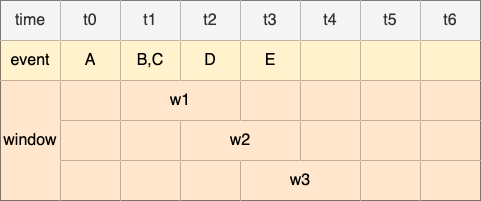
windowforsun/blog keeps this draw.io diagram as img/kafka/kafka-stream-windowing-3.drawio.png. Above is the earlier version. Source tidied: cells renumbered, new cells last; positions are measured from the earlier drawing's top-left corner, leaving out a move shared by most shapes.
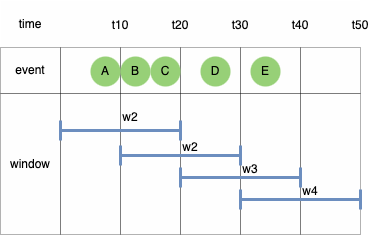
After the change.

Commit message:
kafka-stream-windowing-3.drawio.png이 추가되었습니다.

Change to the diagram source:
```diff
@@ -2,128 +2,131 @@
   <root>
     <mxCell id="0" />
     <mxCell id="1" parent="0" />
-    <mxCell id="2" style="shape=table;startSize=0;fontSize=16;" parent="1" vertex="1">
-      <mxGeometry width="480" height="200" as="geometry" />
-    </mxCell>
-    <mxCell id="3" style="shape=tableRow;horizontal=0;startSize=0;swimlaneHead=0;swimlaneBody=0;strokeColor=inherit;top=0;left=0;bottom=0;right=0;fillColor=none;fontSize=16;" parent="2" vertex="1">
-      <mxGeometry width="480" height="40" as="geometry" />
-    </mxCell>
+    <mxCell id="43" style="shadow=0;fillColor=#f5f5f5;strokeColor=none;opacity=10;fontColor=#333333;" parent="1" vertex="1">
+      <mxGeometry x="70" y="80" width="360" height="234" as="geometry" />
+    </mxCell>
+    <mxCell id="44" style="shape=tableRow;horizontal=0;startSize=0;swimlaneHead=0;swimlaneBody=0;top=0;left=0;bottom=0;right=0;fontStyle=0;fillColor=none;strokeColor=inherit;opacity=0;" parent="43" vertex="1">
+      <mxGeometry width="360" height="47" as="geometry" />
+    </mxCell>
-    <mxCell id="4" value="time" style="shape=partialRectangle;html=1;whiteSpace=wrap;strokeColor=#666666;overflow=hidden;fillColor=#f5f5f5;top=0;left=0;bottom=0;right=0;fontSize=16;fontColor=#333333;" parent="3" vertex="1">
-      <mxGeometry width="60" height="40" as="geometry" />
+    <mxCell id="4" value="time" style="strokeColor=inherit;fillColor=none;align=center;whiteSpace=wrap;html=1;opacity=30;" parent="44" vertex="1">
+      <mxGeometry width="60" height="47" as="geometry" />
     </mxCell>
-    <mxCell id="5" value="t0" style="shape=partialRectangle;html=1;whiteSpace=wrap;strokeColor=#666666;overflow=hidden;fillColor=#f5f5f5;top=0;left=0;bottom=0;right=0;fontSize=16;fontColor=#333333;" parent="3" vertex="1">
-      <mxGeometry x="60" width="60" height="40" as="geometry" />
-    </mxCell>
-    <mxCell id="6" value="t1" style="shape=partialRectangle;html=1;whiteSpace=wrap;strokeColor=#666666;overflow=hidden;fillColor=#f5f5f5;top=0;left=0;bottom=0;right=0;fontSize=16;fontColor=#333333;" parent="3" vertex="1">
-      <mxGeometry x="120" width="60" height="40" as="geometry" />
-    </mxCell>
-    <mxCell id="7" value="t2" style="shape=partialRectangle;html=1;whiteSpace=wrap;strokeColor=#666666;overflow=hidden;fillColor=#f5f5f5;top=0;left=0;bottom=0;right=0;fontSize=16;fontColor=#333333;" parent="3" vertex="1">
-      <mxGeometry x="180" width="60" height="40" as="geometry" />
-    </mxCell>
-    <mxCell id="8" value="t3" style="shape=partialRectangle;html=1;whiteSpace=wrap;strokeColor=#666666;overflow=hidden;fillColor=#f5f5f5;top=0;left=0;bottom=0;right=0;fontSize=16;fontColor=#333333;" parent="3" vertex="1">
-      <mxGeometry x="240" width="60" height="40" as="geometry" />
-    </mxCell>
-    <mxCell id="9" value="t4" style="shape=partialRectangle;html=1;whiteSpace=wrap;strokeColor=#666666;overflow=hidden;fillColor=#f5f5f5;top=0;left=0;bottom=0;right=0;fontSize=16;fontColor=#333333;" parent="3" vertex="1">
-      <mxGeometry x="300" width="60" height="40" as="geometry" />
-    </mxCell>
-    <mxCell id="10" value="t5" style="shape=partialRectangle;html=1;whiteSpace=wrap;strokeColor=#666666;overflow=hidden;fillColor=#f5f5f5;top=0;left=0;bottom=0;right=0;fontSize=16;fontColor=#333333;" parent="3" vertex="1">
-      <mxGeometry x="360" width="60" height="40" as="geometry" />
-    </mxCell>
-    <mxCell id="11" value="t6" style="shape=partialRectangle;html=1;whiteSpace=wrap;strokeColor=#666666;overflow=hidden;fillColor=#f5f5f5;top=0;left=0;bottom=0;right=0;fontSize=16;fontColor=#333333;" parent="3" vertex="1">
-      <mxGeometry x="420" width="60" height="40" as="geometry" />
-    </mxCell>
-    <mxCell id="12" style="shape=tableRow;horizontal=0;startSize=0;swimlaneHead=0;swimlaneBody=0;strokeColor=inherit;top=0;left=0;bottom=0;right=0;fillColor=none;fontSize=16;" parent="2" vertex="1">
-      <mxGeometry y="40" width="480" height="40" as="geometry" />
-    </mxCell>
+    <mxCell id="45" style="strokeColor=inherit;fillColor=none;align=center;whiteSpace=wrap;html=1;opacity=30;" parent="44" vertex="1">
+      <mxGeometry x="60" width="60" height="47" as="geometry" />
+    </mxCell>
+    <mxCell id="46" style="strokeColor=inherit;fillColor=none;align=center;whiteSpace=wrap;html=1;opacity=30;" parent="44" vertex="1">
+      <mxGeometry x="120" width="60" height="47" as="geometry" />
+    </mxCell>
+    <mxCell id="47" style="strokeColor=inherit;fillColor=none;align=center;whiteSpace=wrap;html=1;opacity=30;" parent="44" vertex="1">
+      <mxGeometry x="180" width="60" height="47" as="geometry" />
+    </mxCell>
+    <mxCell id="48" style="strokeColor=inherit;fillColor=none;align=center;whiteSpace=wrap;html=1;opacity=30;" parent="44" vertex="1">
+      <mxGeometry x="240" width="60" height="47" as="geometry" />
+    </mxCell>
+    <mxCell id="49" style="strokeColor=inherit;fillColor=none;align=center;whiteSpace=wrap;html=1;opacity=30;" parent="44" vertex="1">
+      <mxGeometry x="300" width="60" height="47" as="geometry" />
+    </mxCell>
+    <mxCell id="50" style="shape=tableRow;horizontal=0;startSize=0;swimlaneHead=0;swimlaneBody=0;top=0;left=0;bottom=0;right=0;fontStyle=0;fillColor=none;strokeColor=default;opacity=30;" parent="43" vertex="1">
+      <mxGeometry y="47" width="360" height="46" as="geometry" />
+    </mxCell>
-    <mxCell id="13" value="event" style="shape=partialRectangle;html=1;whiteSpace=wrap;strokeColor=#d6b656;overflow=hidden;fillColor=#fff2cc;top=0;left=0;bottom=0;right=0;fontSize=16;" parent="12" vertex="1">
-      <mxGeometry width="60" height="40" as="geometry" />
+    <mxCell id="13" value="event" style="strokeColor=inherit;fillColor=none;align=center;whiteSpace=wrap;html=1;opacity=30;" parent="50" vertex="1">
+      <mxGeometry width="60" height="46" as="geometry" />
     </mxCell>
+    <mxCell id="51" style="strokeColor=default;fillColor=none;align=center;whiteSpace=wrap;html=1;opacity=30;" parent="50" vertex="1">
+      <mxGeometry x="60" width="60" height="46" as="geometry" />
+    </mxCell>
+    <mxCell id="52" style="strokeColor=default;fillColor=none;align=center;whiteSpace=wrap;html=1;opacity=30;" parent="50" vertex="1">
+      <mxGeometry x="120" width="60" height="46" as="geometry" />
+    </mxCell>
+    <mxCell id="53" style="strokeColor=default;fillColor=none;align=center;whiteSpace=wrap;html=1;opacity=30;" parent="50" vertex="1">
+      <mxGeometry x="180" width="60" height="46" as="geometry" />
+    </mxCell>
+    <mxCell id="54" style="strokeColor=default;fillColor=none;align=center;whiteSpace=wrap;html=1;opacity=30;" parent="50" vertex="1">
+      <mxGeometry x="240" width="60" height="46" as="geometry" />
+    </mxCell>
+    <mxCell id="55" style="strokeColor=default;fillColor=none;align=center;whiteSpace=wrap;html=1;opacity=30;" parent="50" vertex="1">
+      <mxGeometry x="300" width="60" height="46" as="geometry" />
+    </mxCell>
+    <mxCell id="56" style="shape=tableRow;horizontal=0;startSize=0;swimlaneHead=0;swimlaneBody=0;top=0;left=0;bottom=0;right=0;fontStyle=0;fillColor=none;strokeColor=default;opacity=30;" parent="43" vertex="1">
+      <mxGeometry y="93" width="360" height="47" as="geometry" />
+    </mxCell>
+    <mxCell id="22" value="window" style="strokeColor=inherit;fillColor=none;align=center;whiteSpace=wrap;html=1;opacity=30;rowspan=3;colspan=1;" parent="56" vertex="1">
+      <mxGeometry width="60" height="141" as="geometry" />
+    </mxCell>
+    <mxCell id="57" style="strokeColor=default;fillColor=none;align=center;whiteSpace=wrap;html=1;opacity=30;rowspan=3;colspan=1;" parent="56" vertex="1">
+      <mxGeometry x="60" width="60" height="141" as="geometry" />
+    </mxCell>
+    <mxCell id="58" style="strokeColor=default;fillColor=none;align=center;whiteSpace=wrap;html=1;opacity=30;rowspan=3;colspan=1;" parent="56" vertex="1">
+      <mxGeometry x="120" width="60" height="141" as="geometry" />
+    </mxCell>
+    <mxCell id="59" style="strokeColor=default;fillColor=none;align=center;whiteSpace=wrap;html=1;opacity=30;rowspan=3;colspan=1;" parent="56" vertex="1">
+      <mxGeometry x="180" width="60" height="141" as="geometry" />
+    </mxCell>
+    <mxCell id="60" style="strokeColor=default;fillColor=none;align=center;whiteSpace=wrap;html=1;opacity=30;rowspan=3;colspan=1;" parent="56" vertex="1">
+      <mxGeometry x="240" width="60" height="141" as="geometry" />
+    </mxCell>
+    <mxCell id="61" style="strokeColor=default;fillColor=none;align=center;whiteSpace=wrap;html=1;opacity=30;rowspan=3;colspan=1;" parent="56" vertex="1">
+      <mxGeometry x="300" width="60" height="141" as="geometry" />
+    </mxCell>
+    <mxCell id="62" style="shape=tableRow;horizontal=0;startSize=0;swimlaneHead=0;swimlaneBody=0;top=0;left=0;bottom=0;right=0;fontStyle=0;fillColor=none;strokeColor=default;opacity=30;" parent="43" vertex="1">
+      <mxGeometry y="140" width="360" height="47" as="geometry" />
+    </mxCell>
+    <mxCell id="63" style="shape=tableRow;horizontal=0;startSize=0;swimlaneHead=0;swimlaneBody=0;top=0;left=0;bottom=0;right=0;fontStyle=0;fillColor=none;strokeColor=default;opacity=30;" parent="43" vertex="1">
+      <mxGeometry y="187" width="360" height="47" as="geometry" />
+    </mxCell>
+    <mxCell id="64" value="t10" style="text;html=1;align=center;verticalAlign=middle;whiteSpace=wrap;rounded=0;opacity=30;strokeColor=none;" parent="1" vertex="1">
+      <mxGeometry x="160" y="90" width="60" height="30" as="geometry" />
+    </mxCell>
+    <mxCell id="65" value="t20" style="text;html=1;align=center;verticalAlign=middle;whiteSpace=wrap;rounded=0;opacity=30;strokeColor=none;" parent="1" vertex="1">
+      <mxGeometry x="220" y="90" width="60" height="30" as="geometry" />
+    </mxCell>
+    <mxCell id="66" value="t30" style="text;html=1;align=center;verticalAlign=middle;whiteSpace=wrap;rounded=0;opacity=30;strokeColor=none;" parent="1" vertex="1">
+      <mxGeometry x="280" y="90" width="60" height="30" as="geometry" />
+    </mxCell>
+    <mxCell id="67" value="t40" style="text;html=1;align=center;verticalAlign=middle;whiteSpace=wrap;rounded=0;opacity=30;strokeColor=none;" parent="1" vertex="1">
+      <mxGeometry x="340" y="90" width="60" height="30" as="geometry" />
+    </mxCell>
+    <mxCell id="68" value="t50" style="text;html=1;align=center;verticalAlign=middle;whiteSpace=wrap;rounded=0;opacity=30;strokeColor=none;" parent="1" vertex="1">
+      <mxGeometry x="400" y="90" width="60" height="30" as="geometry" />
+    </mxCell>
-    <mxCell id="14" value="A" style="shape=partialRectangle;html=1;whiteSpace=wrap;strokeColor=#d6b656;overflow=hidden;fillColor=#fff2cc;top=0;left=0;bottom=0;right=0;fontSize=16;" parent="12" vertex="1">
-      <mxGeometry x="60" width="60" height="40" as="geometry" />
+    <mxCell id="14" value="A" style="ellipse;whiteSpace=wrap;html=1;fillColor=#97D077;strokeColor=none;" parent="1" vertex="1">
+      <mxGeometry x="160" y="136" width="30" height="30" as="geometry" />
     </mxCell>
-    <mxCell id="15" value="B,C" style="shape=partialRectangle;html=1;whiteSpace=wrap;overflow=hidden;top=0;left=0;bottom=0;right=0;fontSize=16;strokeColor=#d6b656;fillColor=#fff2cc;" parent="12" vertex="1">
-      <mxGeometry x="120" width="60" height="40" as="geometry" />
-    </mxCell>
+    <mxCell id="69" value="B" style="ellipse;whiteSpace=wrap;html=1;fillColor=#97D077;strokeColor=none;" parent="1" vertex="1">
+      <mxGeometry x="190" y="136" width="30" height="30" as="geometry" />
+    </mxCell>
+    <mxCell id="70" value="C" style="ellipse;whiteSpace=wrap;html=1;fillColor=#97D077;strokeColor=none;" parent="1" vertex="1">
+      <mxGeometry x="220" y="136" width="30" height="30" as="geometry" />
+    </mxCell>
+    <mxCell id="71" style="shape=crossbar;whiteSpace=wrap;html=1;rounded=1;strokeWidth=3;fillColor=#dae8fc;strokeColor=#6c8ebf;" parent="1" vertex="1">
+      <mxGeometry x="190" y="225" width="120" height="20" as="geometry" />
+    </mxCell>
+    <mxCell id="72" value="w2" style="text;html=1;align=center;verticalAlign=middle;whiteSpace=wrap;rounded=0;" parent="1" vertex="1">
+      <mxGeometry x="230" y="212" width="60" height="30" as="geometry" />
+    </mxCell>
+    <mxCell id="73" style="shape=crossbar;whiteSpace=wrap;html=1;rounded=1;strokeWidth=3;fillColor=#dae8fc;strokeColor=#6c8ebf;" parent="1" vertex="1">
+      <mxGeometry x="250" y="247" width="120" height="20" as="geometry" />
+    </mxCell>
+    <mxCell id="40" value="w3" style="text;html=1;align=center;verticalAlign=middle;whiteSpace=wrap;rounded=0;" parent="1" vertex="1">
+      <mxGeometry x="290" y="234" width="60" height="30" as="geometry" />
+    </mxCell>
+    <mxCell id="74" style="shape=crossbar;whiteSpace=wrap;html=1;rounded=1;strokeWidth=3;fillColor=#dae8fc;strokeColor=#6c8ebf;" parent="1" vertex="1">
+      <mxGeometry x="310" y="269" width="120" height="20" as="geometry" />
+    </mxCell>
+    <mxCell id="75" value="w4" style="text;html=1;align=center;verticalAlign=middle;whiteSpace=wrap;rounded=0;" parent="1" vertex="1">
+      <mxGeometry x="350" y="256" width="60" height="30" as="geometry" />
+    </mxCell>
-    <mxCell id="16" value="D" style="shape=partialRectangle;html=1;whiteSpace=wrap;overflow=hidden;top=0;left=0;bottom=0;right=0;fontSize=16;fillColor=#fff2cc;strokeColor=#d6b656;" parent="12" vertex="1">
-      <mxGeometry x="180" width="60" height="40" as="geometry" />
+    <mxCell id="16" value="D" style="ellipse;whiteSpace=wrap;html=1;fillColor=#97D077;strokeColor=none;" parent="1" vertex="1">
+      <mxGeometry x="270" y="136" width="30" height="30" as="geometry" />
     </mxCell>
-    <mxCell id="17" value="E" style="shape=partialRectangle;html=1;whiteSpace=wrap;strokeColor=#d6b656;overflow=hidden;fillColor=#fff2cc;top=0;left=0;bottom=0;right=0;fontSize=16;" parent="12" vertex="1">
-      <mxGeometry x="240" width="60" height="40" as="geometry" />
+    <mxCell id="17" value="E" style="ellipse;whiteSpace=wrap;html=1;fillColor=#97D077;strokeColor=none;" parent="1" vertex="1">
+      <mxGeometry x="320" y="136" width="30" height="30" as="geometry" />
     </mxCell>
-    <mxCell id="18" style="shape=partialRectangle;html=1;whiteSpace=wrap;strokeColor=#d6b656;overflow=hidden;fillColor=#fff2cc;top=0;left=0;bottom=0;right=0;fontSize=16;" parent="12" vertex="1">
-      <mxGeometry x="300" width="60" height="40" as="geometry" />
-    </mxCell>
-    <mxCell id="19" style="shape=partialRectangle;html=1;whiteSpace=wrap;strokeColor=#d6b656;overflow=hidden;fillColor=#fff2cc;top=0;left=0;bottom=0;right=0;fontSize=16;" parent="12" vertex="1">
-      <mxGeometry x="360" width="60" height="40" as="geometry" />
-    </mxCell>
-    <mxCell id="20" style="shape=partialRectangle;html=1;whiteSpace=wrap;strokeColor=#d6b656;overflow=hidden;fillColor=#fff2cc;top=0;left=0;bottom=0;right=0;fontSize=16;" parent="12" vertex="1">
-      <mxGeometry x="420" width="60" height="40" as="geometry" />
-    </mxCell>
-    <mxCell id="21" style="shape=tableRow;horizontal=0;startSize=0;swimlaneHead=0;swimlaneBody=0;strokeColor=inherit;top=0;left=0;bottom=0;right=0;fillColor=none;fontSize=16;" parent="2" vertex="1">
-      <mxGeometry y="80" width="480" height="40" as="geometry" />
-    </mxCell>
-    <mxCell id="22" value="window" style="shape=partialRectangle;html=1;whiteSpace=wrap;strokeColor=#d79b00;overflow=hidden;fillColor=#ffe6cc;top=0;left=0;bottom=0;right=0;fontSize=16;rowspan=3;colspan=1;" parent="21" vertex="1">
-      <mxGeometry width="60" height="120" as="geometry" />
-    </mxCell>
-    <mxCell id="23" style="shape=partialRectangle;html=1;whiteSpace=wrap;strokeColor=#d79b00;overflow=hidden;fillColor=#ffe6cc;top=0;left=0;bottom=0;right=0;fontSize=16;" parent="21" vertex="1">
-      <mxGeometry x="60" width="60" height="40" as="geometry" />
-    </mxCell>
-    <mxCell id="24" value="w1" style="shape=partialRectangle;html=1;whiteSpace=wrap;overflow=hidden;top=0;left=0;bottom=0;right=0;fontSize=16;fillColor=#ffe6cc;strokeColor=#d79b00;rowspan=1;colspan=2;" parent="21" vertex="1">
-      <mxGeometry x="120" width="120" height="40" as="geometry" />
-    </mxCell>
-    <mxCell id="25" style="shape=partialRectangle;html=1;whiteSpace=wrap;strokeColor=#d79b00;overflow=hidden;fillColor=#ffe6cc;top=0;left=0;bottom=0;right=0;fontSize=16;" parent="21" vertex="1">
-      <mxGeometry x="240" width="60" height="40" as="geometry" />
-    </mxCell>
-    <mxCell id="26" style="shape=partialRectangle;html=1;whiteSpace=wrap;strokeColor=#d79b00;overflow=hidden;fillColor=#ffe6cc;top=0;left=0;bottom=0;right=0;fontSize=16;" parent="21" vertex="1">
-      <mxGeometry x="300" width="60" height="40" as="geometry" />
-    </mxCell>
-    <mxCell id="27" style="shape=partialRectangle;html=1;whiteSpace=wrap;strokeColor=#d79b00;overflow=hidden;fillColor=#ffe6cc;top=0;left=0;bottom=0;right=0;fontSize=16;" parent="21" vertex="1">
-      <mxGeometry x="360" width="60" height="40" as="geometry" />
-    </mxCell>
-    <mxCell id="28" style="shape=partialRectangle;html=1;whiteSpace=wrap;strokeColor=#d79b00;overflow=hidden;fillColor=#ffe6cc;top=0;left=0;bottom=0;right=0;fontSize=16;" parent="21" vertex="1">
-      <mxGeometry x="420" width="60" height="40" as="geometry" />
-    </mxCell>
-    <mxCell id="29" style="shape=tableRow;horizontal=0;startSize=0;swimlaneHead=0;swimlaneBody=0;strokeColor=inherit;top=0;left=0;bottom=0;right=0;fillColor=none;fontSize=16;" parent="2" vertex="1">
-      <mxGeometry y="120" width="480" height="40" as="geometry" />
-    </mxCell>
-    <mxCell id="30" style="shape=partialRectangle;html=1;whiteSpace=wrap;strokeColor=#d79b00;overflow=hidden;fillColor=#ffe6cc;top=0;left=0;bottom=0;right=0;fontSize=16;" parent="29" vertex="1">
-      <mxGeometry x="60" width="60" height="40" as="geometry" />
-    </mxCell>
-    <mxCell id="31" style="shape=partialRectangle;html=1;whiteSpace=wrap;overflow=hidden;top=0;left=0;bottom=0;right=0;fontSize=16;fillColor=#ffe6cc;strokeColor=#d79b00;" parent="29" vertex="1">
-      <mxGeometry x="120" width="60" height="40" as="geometry" />
-    </mxCell>
-    <mxCell id="32" value="w2" style="shape=partialRectangle;html=1;whiteSpace=wrap;strokeColor=#d79b00;overflow=hidden;fillColor=#ffe6cc;top=0;left=0;bottom=0;right=0;fontSize=16;rowspan=1;colspan=2;" parent="29" vertex="1">
-      <mxGeometry x="180" width="120" height="40" as="geometry" />
-    </mxCell>
-    <mxCell id="33" style="shape=partialRectangle;html=1;whiteSpace=wrap;strokeColor=#d79b00;overflow=hidden;fillColor=#ffe6cc;top=0;left=0;bottom=0;right=0;fontSize=16;" parent="29" vertex="1">
-      <mxGeometry x="300" width="60" height="40" as="geometry" />
-    </mxCell>
-    <mxCell id="34" style="shape=partialRectangle;html=1;whiteSpace=wrap;strokeColor=#d79b00;overflow=hidden;fillColor=#ffe6cc;top=0;left=0;bottom=0;right=0;fontSize=16;" parent="29" vertex="1">
-      <mxGeometry x="360" width="60" height="40" as="geometry" />
-    </mxCell>
-    <mxCell id="35" style="shape=partialRectangle;html=1;whiteSpace=wrap;strokeColor=#d79b00;overflow=hidden;fillColor=#ffe6cc;top=0;left=0;bottom=0;right=0;fontSize=16;" parent="29" vertex="1">
-      <mxGeometry x="420" width="60" height="40" as="geometry" />
-    </mxCell>
-    <mxCell id="36" style="shape=tableRow;horizontal=0;startSize=0;swimlaneHead=0;swimlaneBody=0;strokeColor=inherit;top=0;left=0;bottom=0;right=0;fillColor=none;fontSize=16;" parent="2" vertex="1">
-      <mxGeometry y="160" width="480" height="40" as="geometry" />
-    </mxCell>
-    <mxCell id="37" style="shape=partialRectangle;html=1;whiteSpace=wrap;strokeColor=#d79b00;overflow=hidden;fillColor=#ffe6cc;top=0;left=0;bottom=0;right=0;fontSize=16;" parent="36" vertex="1">
-      <mxGeometry x="60" width="60" height="40" as="geometry" />
-    </mxCell>
-    <mxCell id="38" style="shape=partialRectangle;html=1;whiteSpace=wrap;overflow=hidden;top=0;left=0;bottom=0;right=0;fontSize=16;fillColor=#ffe6cc;strokeColor=#d79b00;" parent="36" vertex="1">
-      <mxGeometry x="120" width="60" height="40" as="geometry" />
-    </mxCell>
-    <mxCell id="39" style="shape=partialRectangle;html=1;whiteSpace=wrap;strokeColor=#d79b00;overflow=hidden;fillColor=#ffe6cc;top=0;left=0;bottom=0;right=0;fontSize=16;" parent="36" vertex="1">
-      <mxGeometry x="180" width="60" height="40" as="geometry" />
-    </mxCell>
-    <mxCell id="40" value="w3" style="shape=partialRectangle;html=1;whiteSpace=wrap;strokeColor=#d79b00;overflow=hidden;fillColor=#ffe6cc;top=0;left=0;bottom=0;right=0;fontSize=16;rowspan=1;colspan=2;" parent="36" vertex="1">
-      <mxGeometry x="240" width="120" height="40" as="geometry" />
-    </mxCell>
-    <mxCell id="41" style="shape=partialRectangle;html=1;whiteSpace=wrap;strokeColor=#d79b00;overflow=hidden;fillColor=#ffe6cc;top=0;left=0;bottom=0;right=0;fontSize=16;" parent="36" vertex="1">
-      <mxGeometry x="360" width="60" height="40" as="geometry" />
-    </mxCell>
-    <mxCell id="42" style="shape=partialRectangle;html=1;whiteSpace=wrap;strokeColor=#d79b00;overflow=hidden;fillColor=#ffe6cc;top=0;left=0;bottom=0;right=0;fontSize=16;" parent="36" vertex="1">
-      <mxGeometry x="420" width="60" height="40" as="geometry" />
-    </mxCell>
+    <mxCell id="76" style="shape=crossbar;whiteSpace=wrap;html=1;rounded=1;strokeWidth=3;fillColor=#dae8fc;strokeColor=#6c8ebf;" parent="1" vertex="1">
+      <mxGeometry x="130" y="200" width="120" height="20" as="geometry" />
+    </mxCell>
+    <mxCell id="77" value="w2" style="text;html=1;align=center;verticalAlign=middle;whiteSpace=wrap;rounded=0;" parent="1" vertex="1">
+      <mxGeometry x="170" y="182" width="60" height="30" as="geometry" />
+    </mxCell>
   </root>
 </mxGraphModel>
```
